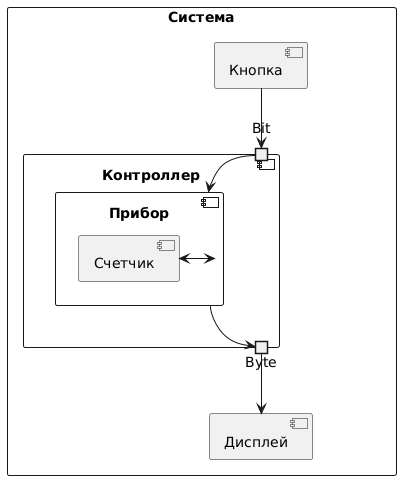
Earlier version of the PlantUML export thesis/res/img/demo-gui-scheme.png (e1turin/bachelor-thesis).
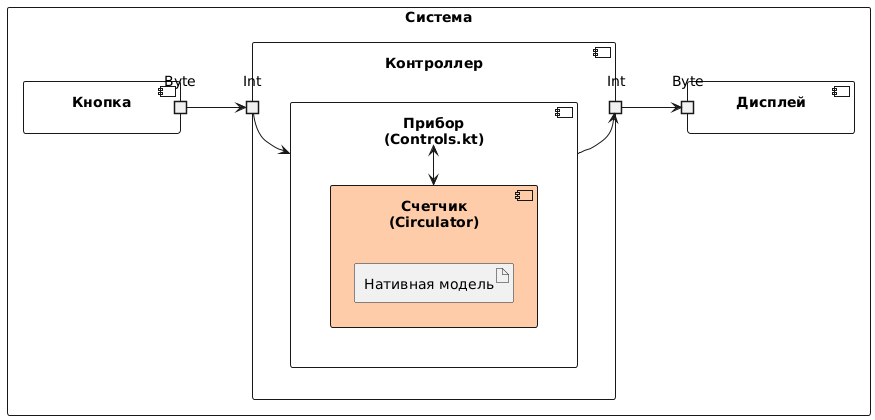
Later version of the same file.

Diff of the diagram source:
```diff
@@ -1,17 +1,27 @@
 @startuml
-rectangle Система {
-component Контроллер {
-   component Прибор {
-     [Счетчик]
-   }
-   portout Byte
-   portin Bit
-}
+left to right direction
 
-[Кнопка]-->Bit
-Bit-->Прибор
-Byte<--Прибор
-Прибор <-> Счетчик
-Byte-->[Дисплей]
-}
+    rectangle Система {
+        component Дисплей {
+            portin Byte as din
+        }
+        component "Контроллер" {
+            portout Int as out
+            component "Прибор\n(Controls.kt)" as П {
+                component "Счетчик\n(Circulator)" as Счетчик #FCA {
+                    artifact "Нативная модель" as DL
+                }
+            }
+            portin Int as in
+        }
+        component Кнопка {
+            portout Byte as bout
+        }
+
+        bout --> in
+        in -> П
+        П <-> Счетчик
+        П -> out
+        out --> din
+    }
 @enduml
```
